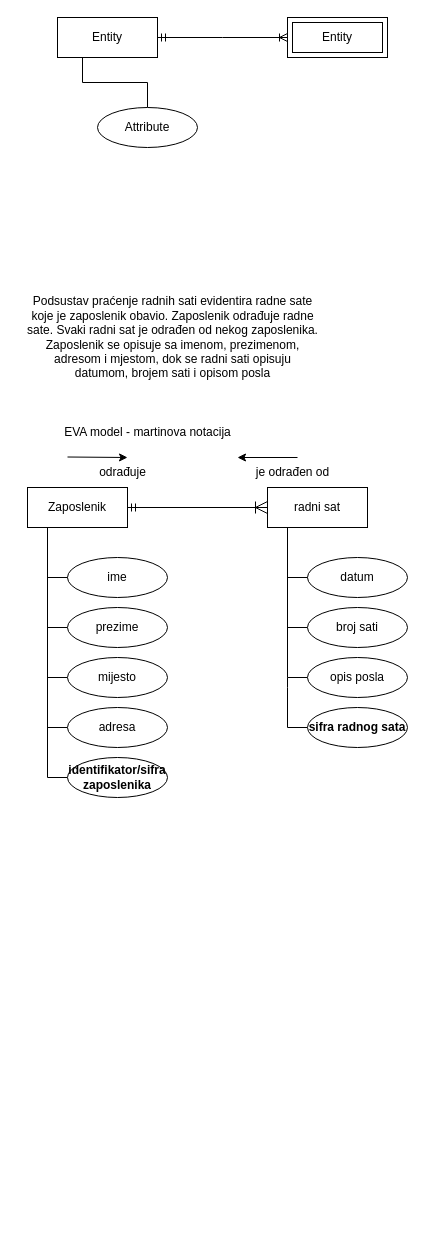
Above: Untitled Diagram.drawio in ivorp95/Telematika (draw.io), before the change. Source tidied: cells renumbered, new cells numbered last; positions are measured from the earlier drawing's top-left corner, leaving out a move shared by most shapes. Both pictures are drawn from the tidied source at 100%, with x=0, y=0 at pixel (17, 17).
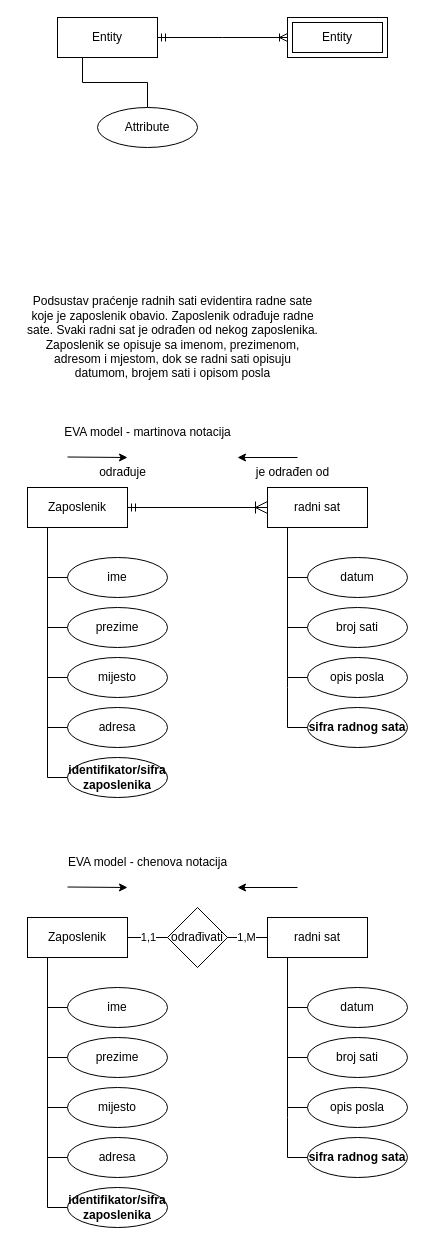
After the change.

Diff of the diagram source:
```diff
@@
+    <mxCell id="34" value="EVA model - chenova notacija" style="text;html=1;align=center;verticalAlign=middle;strokeColor=none;fillColor=none;" parent="1" vertex="1">
+      <mxGeometry x="40" y="830" width="180" height="30" as="geometry" />
+    </mxCell>
+    <mxCell id="35" value="Zaposlenik" style="whiteSpace=wrap;html=1;align=center;" parent="1" vertex="1">
+      <mxGeometry x="10" y="900" width="100" height="40" as="geometry" />
+    </mxCell>
+    <mxCell id="36" value="radni sat" style="whiteSpace=wrap;html=1;align=center;" parent="1" vertex="1">
+      <mxGeometry x="250" y="900" width="100" height="40" as="geometry" />
+    </mxCell>
+    <mxCell id="37" value="ime" style="ellipse;whiteSpace=wrap;html=1;align=center;" parent="1" vertex="1">
+      <mxGeometry x="50" y="970" width="100" height="40" as="geometry" />
+    </mxCell>
+    <mxCell id="38" style="edgeStyle=orthogonalEdgeStyle;rounded=0;jettySize=auto;html=1;exitX=0;exitY=0.5;exitDx=0;exitDy=0;endArrow=none;endFill=0;" parent="1" edge="1" source="39">
+      <mxGeometry relative="1" as="geometry">
+        <mxPoint x="30" y="940" as="targetPoint" />
+      </mxGeometry>
+    </mxCell>
+    <mxCell id="39" value="prezime" style="ellipse;whiteSpace=wrap;html=1;align=center;" parent="1" vertex="1">
+      <mxGeometry x="50" y="1020" width="100" height="40" as="geometry" />
+    </mxCell>
+    <mxCell id="40" style="edgeStyle=orthogonalEdgeStyle;rounded=0;jettySize=auto;html=1;exitX=0;exitY=0.5;exitDx=0;exitDy=0;endArrow=none;endFill=0;" parent="1" edge="1" source="41">
+      <mxGeometry relative="1" as="geometry">
+        <mxPoint x="30" y="940" as="targetPoint" />
+      </mxGeometry>
+    </mxCell>
+    <mxCell id="41" value="mijesto" style="ellipse;whiteSpace=wrap;html=1;align=center;" parent="1" vertex="1">
+      <mxGeometry x="50" y="1070" width="100" height="40" as="geometry" />
+    </mxCell>
+    <mxCell id="42" style="edgeStyle=orthogonalEdgeStyle;rounded=0;jettySize=auto;html=1;exitX=0;exitY=0.5;exitDx=0;exitDy=0;endArrow=none;endFill=0;" parent="1" edge="1" source="43">
+      <mxGeometry relative="1" as="geometry">
+        <mxPoint x="30" y="940" as="targetPoint" />
+      </mxGeometry>
+    </mxCell>
+    <mxCell id="43" value="adresa" style="ellipse;whiteSpace=wrap;html=1;align=center;" parent="1" vertex="1">
+      <mxGeometry x="50" y="1120" width="100" height="40" as="geometry" />
+    </mxCell>
+    <mxCell id="44" style="edgeStyle=orthogonalEdgeStyle;rounded=0;jettySize=auto;html=1;exitX=0;exitY=0.5;exitDx=0;exitDy=0;entryX=0.2;entryY=1;entryDx=0;entryDy=0;entryPerimeter=0;endArrow=none;endFill=0;" parent="1" edge="1" source="37" target="35">
+      <mxGeometry relative="1" as="geometry" />
+    </mxCell>
+    <mxCell id="45" style="edgeStyle=orthogonalEdgeStyle;rounded=0;jettySize=auto;html=1;exitX=0;exitY=0.5;exitDx=0;exitDy=0;endArrow=none;endFill=0;" parent="1" edge="1" source="46">
+      <mxGeometry relative="1" as="geometry">
+        <mxPoint x="30" y="940" as="targetPoint" />
+      </mxGeometry>
+    </mxCell>
+    <mxCell id="46" value="&lt;b&gt;identifikator/sifra zaposlenika&lt;/b&gt;" style="ellipse;whiteSpace=wrap;html=1;align=center;" parent="1" vertex="1">
+      <mxGeometry x="50" y="1170" width="100" height="40" as="geometry" />
+    </mxCell>
+    <mxCell id="47" value="datum" style="ellipse;whiteSpace=wrap;html=1;align=center;" parent="1" vertex="1">
+      <mxGeometry x="290" y="970" width="100" height="40" as="geometry" />
+    </mxCell>
+    <mxCell id="48" style="edgeStyle=orthogonalEdgeStyle;rounded=0;jettySize=auto;html=1;exitX=0;exitY=0.5;exitDx=0;exitDy=0;endArrow=none;endFill=0;" parent="1" edge="1" source="49">
+      <mxGeometry relative="1" as="geometry">
+        <mxPoint x="270" y="950" as="targetPoint" />
+      </mxGeometry>
+    </mxCell>
+    <mxCell id="49" value="broj sati" style="ellipse;whiteSpace=wrap;html=1;align=center;" parent="1" vertex="1">
+      <mxGeometry x="290" y="1020" width="100" height="40" as="geometry" />
+    </mxCell>
+    <mxCell id="50" style="edgeStyle=orthogonalEdgeStyle;rounded=0;jettySize=auto;html=1;exitX=0;exitY=0.5;exitDx=0;exitDy=0;endArrow=none;endFill=0;" parent="1" edge="1" source="51">
+      <mxGeometry relative="1" as="geometry">
+        <mxPoint x="270" y="980" as="targetPoint" />
+      </mxGeometry>
+    </mxCell>
+    <mxCell id="51" value="opis posla" style="ellipse;whiteSpace=wrap;html=1;align=center;" parent="1" vertex="1">
+      <mxGeometry x="290" y="1070" width="100" height="40" as="geometry" />
+    </mxCell>
+    <mxCell id="52" style="edgeStyle=orthogonalEdgeStyle;rounded=0;jettySize=auto;html=1;exitX=0;exitY=0.5;exitDx=0;exitDy=0;entryX=0.2;entryY=1;entryDx=0;entryDy=0;entryPerimeter=0;endArrow=none;endFill=0;" parent="1" edge="1" source="47" target="36">
+      <mxGeometry relative="1" as="geometry" />
+    </mxCell>
+    <mxCell id="53" style="edgeStyle=orthogonalEdgeStyle;rounded=0;jettySize=auto;html=1;exitX=0;exitY=0.5;exitDx=0;exitDy=0;endArrow=none;endFill=0;" parent="1" edge="1" source="54">
+      <mxGeometry relative="1" as="geometry">
+        <mxPoint x="270" y="1090" as="targetPoint" />
+      </mxGeometry>
+    </mxCell>
+    <mxCell id="54" value="&lt;b&gt;sifra radnog sata&lt;/b&gt;" style="ellipse;whiteSpace=wrap;html=1;align=center;" parent="1" vertex="1">
+      <mxGeometry x="290" y="1120" width="100" height="40" as="geometry" />
+    </mxCell>
+    <mxCell id="55" style="edgeStyle=none;orthogonalLoop=1;jettySize=auto;html=1;rounded=0;" parent="1" edge="1">
+      <mxGeometry relative="1" as="geometry">
+        <mxPoint x="280" y="870" as="sourcePoint" />
+        <mxPoint x="220" y="870" as="targetPoint" />
+      </mxGeometry>
+    </mxCell>
+    <mxCell id="56" style="edgeStyle=none;orthogonalLoop=1;jettySize=auto;html=1;rounded=0;" parent="1" edge="1">
+      <mxGeometry relative="1" as="geometry">
+        <mxPoint x="50" y="869.5" as="sourcePoint" />
+        <mxPoint x="110" y="870" as="targetPoint" />
+      </mxGeometry>
+    </mxCell>
+    <mxCell id="57" style="edgeStyle=orthogonalEdgeStyle;rounded=0;jettySize=auto;html=1;exitX=0;exitY=0.5;exitDx=0;exitDy=0;entryX=1;entryY=0.5;entryDx=0;entryDy=0;endArrow=none;endFill=0;" parent="1" edge="1" source="59" target="35">
+      <mxGeometry relative="1" as="geometry" />
+    </mxCell>
+    <mxCell id="58" value="1,1" style="edgeLabel;html=1;align=center;verticalAlign=middle;" parent="57" vertex="1">
+      <mxGeometry x="-0.02" y="-1" relative="1" as="geometry" />
+    </mxCell>
+    <mxCell id="59" value="odrađivati" style="shape=rhombus;perimeter=rhombusPerimeter;whiteSpace=wrap;html=1;align=center;" parent="1" vertex="1">
+      <mxGeometry x="150" y="890" width="60" height="60" as="geometry" />
+    </mxCell>
+    <mxCell id="60" style="edgeStyle=orthogonalEdgeStyle;rounded=0;jettySize=auto;html=1;entryX=0;entryY=0.5;entryDx=0;entryDy=0;endArrow=none;endFill=0;" parent="1" edge="1" source="59" target="36">
+      <mxGeometry relative="1" as="geometry" />
+    </mxCell>
+    <mxCell id="61" value="1,M" style="edgeLabel;html=1;align=center;verticalAlign=middle;" parent="60" vertex="1">
+      <mxGeometry x="-0.12" y="1" relative="1" as="geometry" />
+    </mxCell>
```
